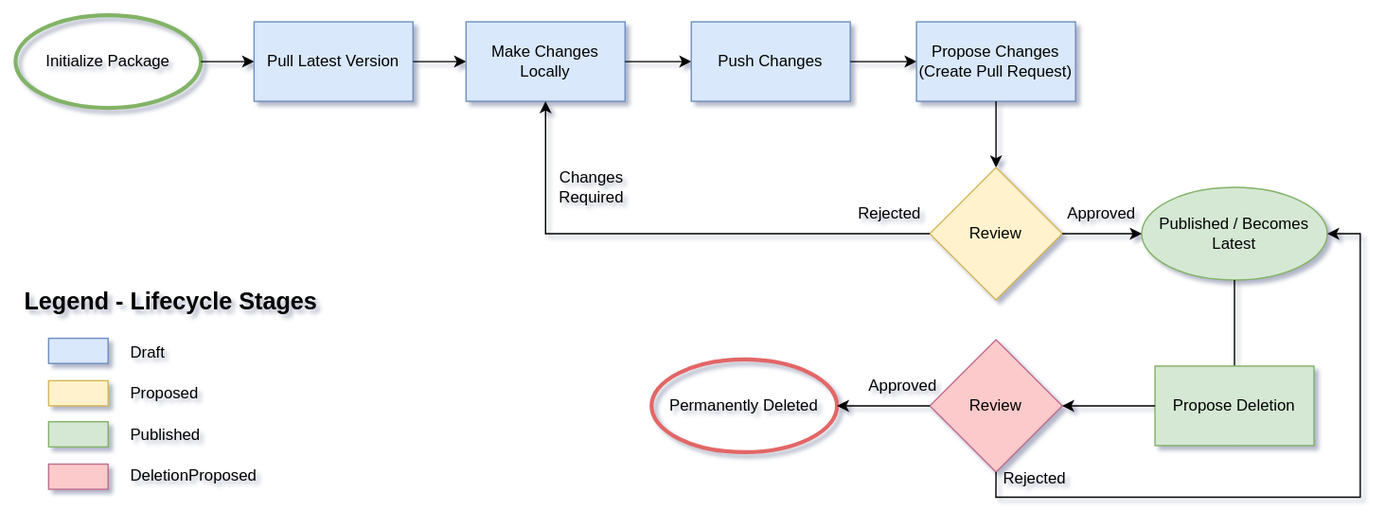
Earlier version of the draw.io export docs/static/images/porch/lifecycle-flowchart.drawio.svg (nephio-project/porch). Source tidied: cells renumbered, new cells last; positions are measured from the earlier drawing's top-left corner, leaving out a move shared by most shapes.
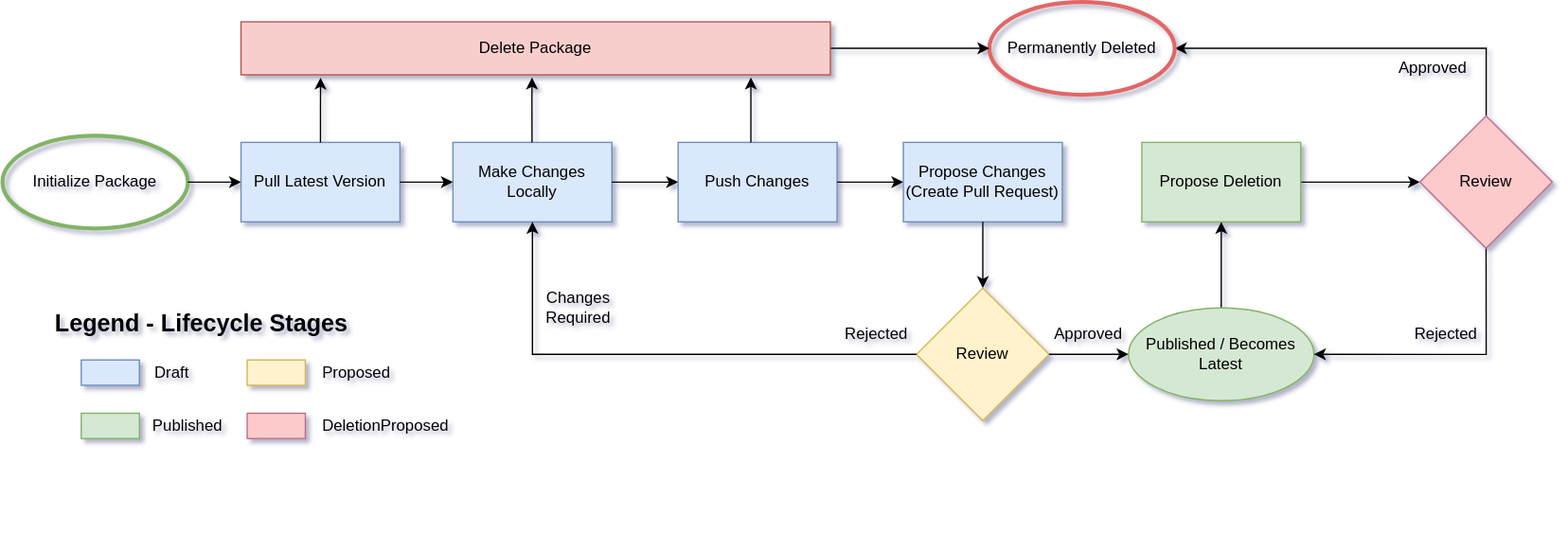
The same file after the commit.

The edit, as a diff of the source:
```diff
@@ -35,91 +35,134 @@
     <mxCell id="12" value="Review" style="rhombus;whiteSpace=wrap;html=1;fillColor=#fff2cc;strokeColor=#d6b656;" parent="1" vertex="1">
       <mxGeometry x="690.1" y="115" width="100" height="100" as="geometry" />
     </mxCell>
+    <mxCell id="14" style="edgeStyle=orthogonalEdgeStyle;rounded=0;jettySize=auto;html=1;entryX=0.5;entryY=1;entryDx=0;entryDy=0;" parent="1" edge="1" source="13" target="15">
+      <mxGeometry relative="1" as="geometry" />
+    </mxCell>
     <mxCell id="13" value="Published / Becomes Latest" style="ellipse;whiteSpace=wrap;html=1;fillColor=#d5e8d4;strokeColor=#82b366;" parent="1" vertex="1">
       <mxGeometry x="850.1" y="130" width="140" height="70" as="geometry" />
     </mxCell>
-    <mxCell id="14" style="endArrow=classic;html=1;rounded=0;exitX=0.5;exitY=1;exitDx=0;exitDy=0;entryX=0.5;entryY=1;entryDx=0;entryDy=0;" parent="1" edge="1" source="13" target="15">
-      <mxGeometry relative="1" as="geometry" />
-    </mxCell>
+    <mxCell id="17" style="edgeStyle=orthogonalEdgeStyle;rounded=0;jettySize=auto;html=1;entryX=0;entryY=0.5;entryDx=0;entryDy=0;" parent="1" edge="1" source="15" target="16">
+      <mxGeometry relative="1" as="geometry" />
+    </mxCell>
     <mxCell id="15" value="Propose Deletion" style="rounded=0;whiteSpace=wrap;html=1;fillColor=#d5e8d4;strokeColor=#82b366;align=center;verticalAlign=middle;fontFamily=Helvetica;fontSize=12;fontColor=default;" parent="1" vertex="1">
-      <mxGeometry x="860.1" y="265" width="120" height="60" as="geometry" />
+      <mxGeometry x="860.1" y="5" width="120" height="60" as="geometry" />
     </mxCell>
+    <mxCell id="23" style="edgeStyle=orthogonalEdgeStyle;rounded=0;jettySize=auto;html=1;entryX=1;entryY=0.5;entryDx=0;entryDy=0;exitX=0.5;exitY=1;exitDx=0;exitDy=0;" parent="1" edge="1" source="16" target="13">
+      <mxGeometry relative="1" as="geometry">
+        <Array as="points">
+          <mxPoint x="1120" y="165" />
+        </Array>
+      </mxGeometry>
+    </mxCell>
+    <mxCell id="20" style="edgeStyle=orthogonalEdgeStyle;rounded=0;jettySize=auto;html=1;entryX=1;entryY=0.5;entryDx=0;entryDy=0;" parent="1" edge="1" source="16" target="18">
+      <mxGeometry relative="1" as="geometry">
+        <Array as="points">
+          <mxPoint x="1120" y="-66" />
+        </Array>
+      </mxGeometry>
+    </mxCell>
     <mxCell id="16" value="Review" style="rhombus;whiteSpace=wrap;html=1;fillColor=#FCCACA;strokeColor=#BF6C8E;rounded=0;align=center;verticalAlign=middle;fontFamily=Helvetica;fontSize=12;fontColor=default;" parent="1" vertex="1">
-      <mxGeometry x="690.1" y="245" width="100" height="100" as="geometry" />
+      <mxGeometry x="1070" y="-15" width="100" height="100" as="geometry" />
     </mxCell>
-    <mxCell id="17" style="endArrow=classic;html=1;rounded=0;exitX=0;exitY=0.5;exitDx=0;exitDy=0;entryX=1;entryY=0.5;entryDx=0;entryDy=0;" parent="1" edge="1" source="15" target="16">
-      <mxGeometry relative="1" as="geometry" />
-    </mxCell>
     <mxCell id="18" value="Permanently Deleted" style="ellipse;whiteSpace=wrap;html=1;fillColor=none;strokeColor=#E36666;strokeWidth=3;" parent="1" vertex="1">
-      <mxGeometry x="480.1" y="260" width="140" height="70" as="geometry" />
+      <mxGeometry x="745" y="-101" width="140" height="70" as="geometry" />
     </mxCell>
-    <mxCell id="19" style="group;" parent="1" vertex="1">
-      <mxGeometry x="640" y="265" width="60" height="30" as="geometry" />
-    </mxCell>
-    <mxCell id="20" style="endArrow=classic;html=1;rounded=0;exitX=0;exitY=0.5;exitDx=0;exitDy=0;entryX=1;entryY=0.5;entryDx=0;entryDy=0;" parent="19" edge="1" source="16" target="18">
-      <mxGeometry relative="1" as="geometry" />
-    </mxCell>
-    <mxCell id="21" value="Approved" style="text;html=1;strokeColor=none;fillColor=none;align=center;verticalAlign=middle;whiteSpace=wrap;rounded=0;" parent="19" vertex="1">
-      <mxGeometry width="60" height="30" as="geometry" />
-    </mxCell>
-    <mxCell id="22" style="group;" parent="1" vertex="1">
-      <mxGeometry x="740" y="165" width="275" height="199" as="geometry" />
-    </mxCell>
-    <mxCell id="23" style="endArrow=classic;html=1;rounded=0;exitX=0.5;exitY=1;strokeWidth=1;entryX=1;entryY=0.5;exitDx=0;exitDy=0;entryDx=0;entryDy=0;" parent="22" edge="1" source="16" target="13">
-      <mxGeometry relative="1" as="geometry">
-        <Array as="points">
-          <mxPoint y="199" />
-          <mxPoint x="275" y="199" />
-          <mxPoint x="275" />
-        </Array>
-      </mxGeometry>
-    </mxCell>
-    <mxCell id="24" value="Rejected" style="text;html=1;strokeColor=none;fillColor=none;align=center;verticalAlign=middle;whiteSpace=wrap;rounded=0;" parent="22" vertex="1">
-      <mxGeometry y="170.6" width="58.9" height="28.4" as="geometry" />
-    </mxCell>
-    <mxCell id="25" style="group;" parent="1" vertex="1">
-      <mxGeometry x="790.1" y="135" width="60" height="30" as="geometry" />
-    </mxCell>
+    <mxCell id="38" style="group;" parent="1" vertex="1">
+      <mxGeometry x="790.1" y="135" width="60" height="30" as="geometry" />
+    </mxCell>
-    <mxCell id="26" style="endArrow=classic;html=1;rounded=0;" parent="25" edge="1" source="12" target="13">
+    <mxCell id="26" style="endArrow=classic;html=1;rounded=0;" parent="38" edge="1" source="12" target="13">
       <mxGeometry relative="1" as="geometry" />
     </mxCell>
-    <mxCell id="27" value="Approved" style="text;html=1;strokeColor=none;fillColor=none;align=center;verticalAlign=middle;whiteSpace=wrap;rounded=0;" parent="25" vertex="1">
-      <mxGeometry width="60" height="30" as="geometry" />
-    </mxCell>
-    <mxCell id="28" style="group;" parent="1" vertex="1">
-      <mxGeometry x="390.1" y="65" width="300" height="100" as="geometry" />
-    </mxCell>
-    <mxCell id="29" style="endArrow=classic;html=1;rounded=0;exitX=0;exitY=0.5;strokeWidth=1;entryX=0;entryY=0.5;exitDx=0;exitDy=0;" parent="28" edge="1" source="12">
-      <mxGeometry relative="1" as="geometry">
-        <mxPoint x="10" as="targetPoint" />
-        <Array as="points">
-          <mxPoint x="10" y="100" />
-        </Array>
-      </mxGeometry>
-    </mxCell>
+    <mxCell id="39" value="Approved" style="text;html=1;strokeColor=none;fillColor=none;align=center;verticalAlign=middle;whiteSpace=wrap;rounded=0;" parent="38" vertex="1">
+      <mxGeometry width="60" height="30" as="geometry" />
+    </mxCell>
+    <mxCell id="40" style="group;" parent="1" vertex="1">
+      <mxGeometry x="390.1" y="65" width="300" height="100" as="geometry" />
+    </mxCell>
+    <mxCell id="41" style="endArrow=classic;html=1;rounded=0;exitX=0;exitY=0.5;strokeWidth=1;entryX=0;entryY=0.5;exitDx=0;exitDy=0;" parent="40" edge="1" source="12">
+      <mxGeometry relative="1" as="geometry">
+        <mxPoint x="10" as="targetPoint" />
+        <Array as="points">
+          <mxPoint x="10" y="100" />
+        </Array>
+      </mxGeometry>
+    </mxCell>
-    <mxCell id="30" value="Rejected" style="text;html=1;strokeColor=none;fillColor=none;align=center;verticalAlign=middle;whiteSpace=wrap;rounded=0;" parent="28" vertex="1">
+    <mxCell id="30" value="Rejected" style="text;html=1;strokeColor=none;fillColor=none;align=center;verticalAlign=middle;whiteSpace=wrap;rounded=0;" parent="40" vertex="1">
       <mxGeometry x="240" y="70" width="60" height="30" as="geometry" />
     </mxCell>
-    <mxCell id="31" value="Changes Required" style="text;html=1;strokeColor=none;fillColor=none;align=center;verticalAlign=middle;whiteSpace=wrap;rounded=0;" parent="28" vertex="1">
+    <mxCell id="31" value="Changes Required" style="text;html=1;strokeColor=none;fillColor=none;align=center;verticalAlign=middle;whiteSpace=wrap;rounded=0;" parent="40" vertex="1">
       <mxGeometry y="50" width="90" height="30" as="geometry" />
     </mxCell>
-    <mxCell id="32" style="group;" parent="1" vertex="1">
-      <mxGeometry x="5" y="194" width="240" height="179" as="geometry" />
-    </mxCell>
-    <mxCell id="33" value="&lt;h1 style=&quot;margin-top: 0px;&quot;&gt;&lt;font style=&quot;font-size: 18px;&quot;&gt;Legend - Lifecycle Stages&lt;/font&gt;&lt;/h1&gt;&lt;blockquote style=&quot;margin: 0px 0px 0px 40px; border: none; padding: 0px; line-height: 160%;&quot;&gt;&lt;blockquote style=&quot;margin: 0 0 0 40px; border: none; padding: 0px;&quot;&gt;&lt;p&gt;Draft&lt;/p&gt;&lt;/blockquote&gt;&lt;blockquote style=&quot;margin: 0 0 0 40px; border: none; padding: 0px;&quot;&gt;&lt;p&gt;Proposed&lt;/p&gt;&lt;/blockquote&gt;&lt;blockquote style=&quot;margin: 0 0 0 40px; border: none; padding: 0px;&quot;&gt;&lt;p&gt;Published&lt;/p&gt;&lt;/blockquote&gt;&lt;blockquote style=&quot;margin: 0 0 0 40px; border: none; padding: 0px;&quot;&gt;&lt;p&gt;DeletionProposed&lt;/p&gt;&lt;/blockquote&gt;&lt;/blockquote&gt;" style="text;html=1;whiteSpace=wrap;overflow=hidden;rounded=0;" parent="32" vertex="1">
-      <mxGeometry width="240" height="179" as="geometry" />
-    </mxCell>
-    <mxCell id="34" style="rounded=0;whiteSpace=wrap;html=1;fillColor=#dae8fc;strokeColor=#6c8ebf;" parent="32" vertex="1">
-      <mxGeometry x="20" y="50" width="44.9" height="19" as="geometry" />
-    </mxCell>
-    <mxCell id="35" style="rounded=0;whiteSpace=wrap;html=1;fillColor=#fff2cc;strokeColor=#d6b656;align=center;verticalAlign=middle;fontFamily=Helvetica;fontSize=12;fontColor=default;" parent="32" vertex="1">
-      <mxGeometry x="20" y="82" width="44.9" height="19" as="geometry" />
-    </mxCell>
-    <mxCell id="36" style="rounded=0;whiteSpace=wrap;html=1;fillColor=#d5e8d4;strokeColor=#82b366;align=center;verticalAlign=middle;fontFamily=Helvetica;fontSize=12;fontColor=default;" parent="32" vertex="1">
-      <mxGeometry x="20" y="113" width="44.9" height="19" as="geometry" />
-    </mxCell>
-    <mxCell id="37" style="rounded=0;whiteSpace=wrap;html=1;fillColor=#FCCACA;strokeColor=#BF6C8E;align=center;verticalAlign=middle;fontFamily=Helvetica;fontSize=12;fontColor=default;" parent="32" vertex="1">
-      <mxGeometry x="20" y="145" width="44.9" height="19" as="geometry" />
-    </mxCell>
+    <mxCell id="42" style="edgeStyle=orthogonalEdgeStyle;rounded=0;jettySize=auto;html=1;entryX=0;entryY=0.5;entryDx=0;entryDy=0;" parent="1" edge="1" source="43" target="18">
+      <mxGeometry relative="1" as="geometry" />
+    </mxCell>
+    <mxCell id="43" value="&lt;div&gt;Delete Package&lt;/div&gt;" style="rounded=0;whiteSpace=wrap;html=1;fillColor=#f8cecc;strokeColor=#b85450;" parent="1" vertex="1">
+      <mxGeometry x="180.1" y="-86" width="444.9" height="40" as="geometry" />
+    </mxCell>
+    <mxCell id="44" style="edgeStyle=orthogonalEdgeStyle;rounded=0;jettySize=auto;html=1;entryX=0.135;entryY=1.052;entryDx=0;entryDy=0;entryPerimeter=0;" parent="1" edge="1" source="4" target="43">
+      <mxGeometry relative="1" as="geometry" />
+    </mxCell>
+    <mxCell id="45" style="edgeStyle=orthogonalEdgeStyle;rounded=0;orthogonalLoop=1;jettySize=auto;html=1;entryX=0.135;entryY=1.052;entryDx=0;entryDy=0;entryPerimeter=0;" parent="1" edge="1">
+      <mxGeometry relative="1" as="geometry">
+        <mxPoint x="399.8" y="5" as="sourcePoint" />
+        <mxPoint x="399.8" y="-44" as="targetPoint" />
+        <Array as="points">
+          <mxPoint x="399.8" y="-24" />
+          <mxPoint x="399.8" y="-24" />
+        </Array>
+      </mxGeometry>
+    </mxCell>
+    <mxCell id="46" style="edgeStyle=orthogonalEdgeStyle;rounded=0;orthogonalLoop=1;jettySize=auto;html=1;entryX=0.135;entryY=1.052;entryDx=0;entryDy=0;entryPerimeter=0;" parent="1" edge="1">
+      <mxGeometry relative="1" as="geometry">
+        <mxPoint x="565" y="5" as="sourcePoint" />
+        <mxPoint x="565" y="-44" as="targetPoint" />
+        <Array as="points">
+          <mxPoint x="565" y="-24" />
+          <mxPoint x="565" y="-24" />
+        </Array>
+      </mxGeometry>
+    </mxCell>
+    <mxCell id="47" style="group;" parent="1" vertex="1">
+      <mxGeometry x="1060" y="135" width="60" height="30" as="geometry" />
+    </mxCell>
+    <mxCell id="24" value="Rejected" style="text;html=1;strokeColor=none;fillColor=none;align=center;verticalAlign=middle;whiteSpace=wrap;rounded=0;" parent="47" vertex="1">
+      <mxGeometry width="60" height="30" as="geometry" />
+    </mxCell>
+    <mxCell id="48" style="group;" parent="1" vertex="1">
+      <mxGeometry x="1050" y="-66" width="60" height="30" as="geometry" />
+    </mxCell>
+    <mxCell id="49" value="Approved" style="text;html=1;strokeColor=none;fillColor=none;align=center;verticalAlign=middle;whiteSpace=wrap;rounded=0;" parent="48" vertex="1">
+      <mxGeometry width="60" height="30" as="geometry" />
+    </mxCell>
+    <mxCell id="50" style="group;" parent="1" vertex="1">
+      <mxGeometry x="38" y="119" width="440" height="180" as="geometry" />
+    </mxCell>
+    <mxCell id="51" value="&lt;h1 style=&quot;margin-top: 0px;&quot;&gt;&lt;font style=&quot;font-size: 18px;&quot;&gt;Legend - Lifecycle Stages&lt;/font&gt;&lt;/h1&gt;" style="text;html=1;whiteSpace=wrap;overflow=hidden;rounded=0;" parent="50" vertex="1">
+      <mxGeometry width="293.3" height="180" as="geometry" />
+    </mxCell>
+    <mxCell id="52" style="rounded=0;whiteSpace=wrap;html=1;fillColor=#dae8fc;strokeColor=#6c8ebf;" parent="50" vertex="1">
+      <mxGeometry x="21.5" y="50.3" width="43.9" height="19.1" as="geometry" />
+    </mxCell>
+    <mxCell id="53" style="rounded=0;whiteSpace=wrap;html=1;fillColor=#fff2cc;strokeColor=#d6b656;align=center;verticalAlign=middle;fontFamily=Helvetica;fontSize=12;fontColor=default;" parent="50" vertex="1">
+      <mxGeometry x="146.8" y="50.3" width="43.9" height="19.1" as="geometry" />
+    </mxCell>
+    <mxCell id="54" value="&lt;span style=&quot;text-align: left;&quot;&gt;Proposed&lt;/span&gt;" style="text;html=1;whiteSpace=wrap;strokeColor=none;fillColor=none;align=center;verticalAlign=middle;rounded=0;" parent="50" vertex="1">
+      <mxGeometry x="200" y="44.7" width="58.7" height="30.2" as="geometry" />
+    </mxCell>
+    <mxCell id="55" style="rounded=0;whiteSpace=wrap;html=1;fillColor=#d5e8d4;strokeColor=#82b366;align=center;verticalAlign=middle;fontFamily=Helvetica;fontSize=12;fontColor=default;" parent="50" vertex="1">
+      <mxGeometry x="21.5" y="90.5" width="43.9" height="19.1" as="geometry" />
+    </mxCell>
+    <mxCell id="56" value="&lt;span style=&quot;text-align: left;&quot;&gt;Published&lt;/span&gt;" style="text;html=1;whiteSpace=wrap;strokeColor=none;fillColor=none;align=center;verticalAlign=middle;rounded=0;" parent="50" vertex="1">
+      <mxGeometry x="68.4" y="85" width="68.4" height="30.2" as="geometry" />
+    </mxCell>
+    <mxCell id="57" value="&lt;span style=&quot;text-align: left;&quot;&gt;&amp;nbsp;Draft&lt;/span&gt;" style="text;html=1;whiteSpace=wrap;strokeColor=none;fillColor=none;align=center;verticalAlign=middle;rounded=0;" parent="50" vertex="1">
+      <mxGeometry x="58.7" y="44.7" width="58.7" height="30.2" as="geometry" />
+    </mxCell>
+    <mxCell id="58" style="rounded=0;whiteSpace=wrap;html=1;fillColor=#FCCACA;strokeColor=#BF6C8E;align=center;verticalAlign=middle;fontFamily=Helvetica;fontSize=12;fontColor=default;" parent="50" vertex="1">
+      <mxGeometry x="146.8" y="90.5" width="43.9" height="19.1" as="geometry" />
+    </mxCell>
+    <mxCell id="59" value="&lt;span style=&quot;text-align: left;&quot;&gt;DeletionProposed&lt;/span&gt;" style="text;html=1;whiteSpace=wrap;strokeColor=none;fillColor=none;align=center;verticalAlign=middle;rounded=0;" parent="50" vertex="1">
+      <mxGeometry x="200" y="85" width="102.7" height="30.2" as="geometry" />
+    </mxCell>
   </root>
 </mxGraphModel>
```
